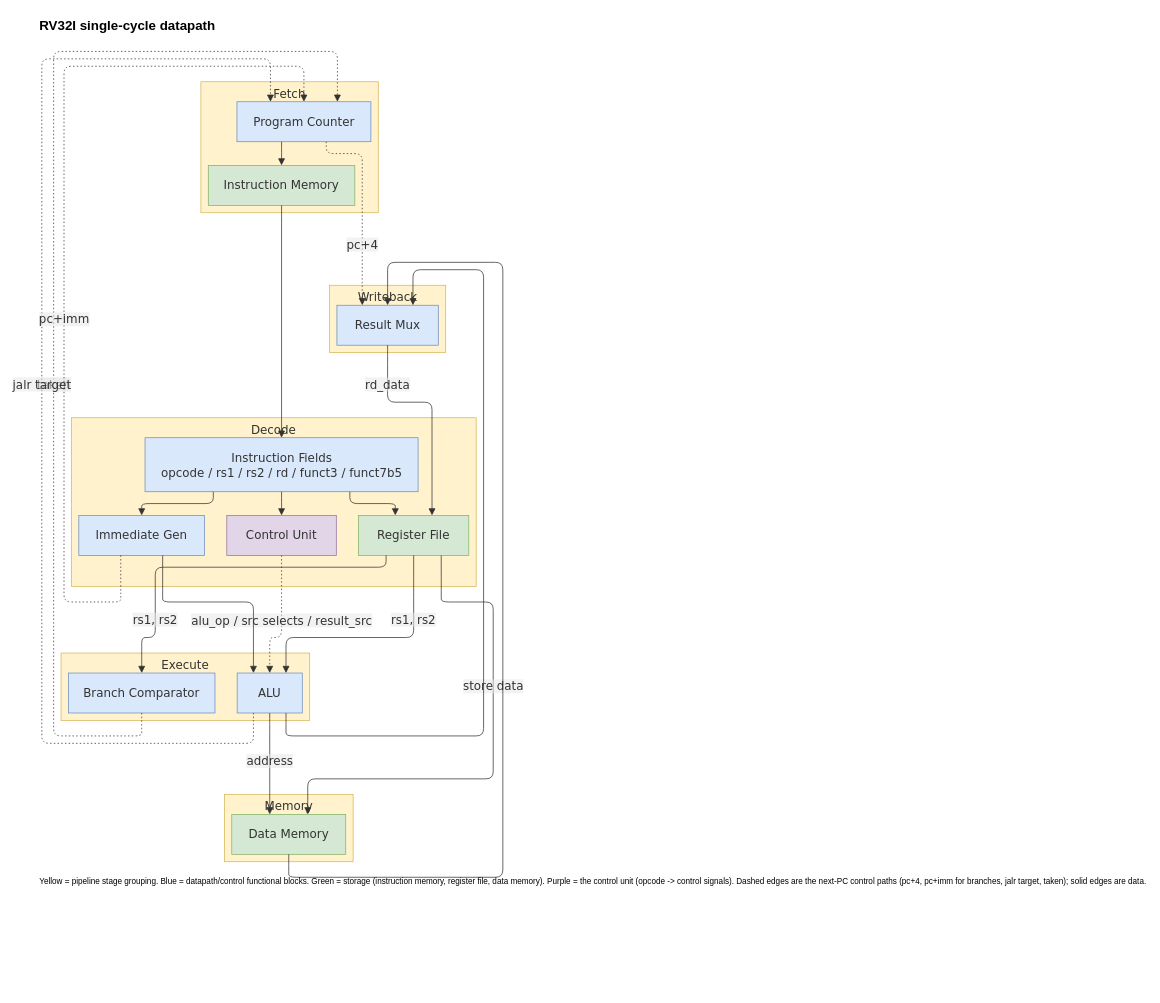
Earlier version of the draw.io diagram docs/diagrams/datapath.drawio (smitarekar/riscv-core). Source tidied: cells renumbered, new cells numbered last; positions are measured from the earlier drawing's top-left corner, leaving out a move shared by most shapes. Both pictures are drawn from the tidied source at 74%, with x=0, y=0 at pixel (38, 13).
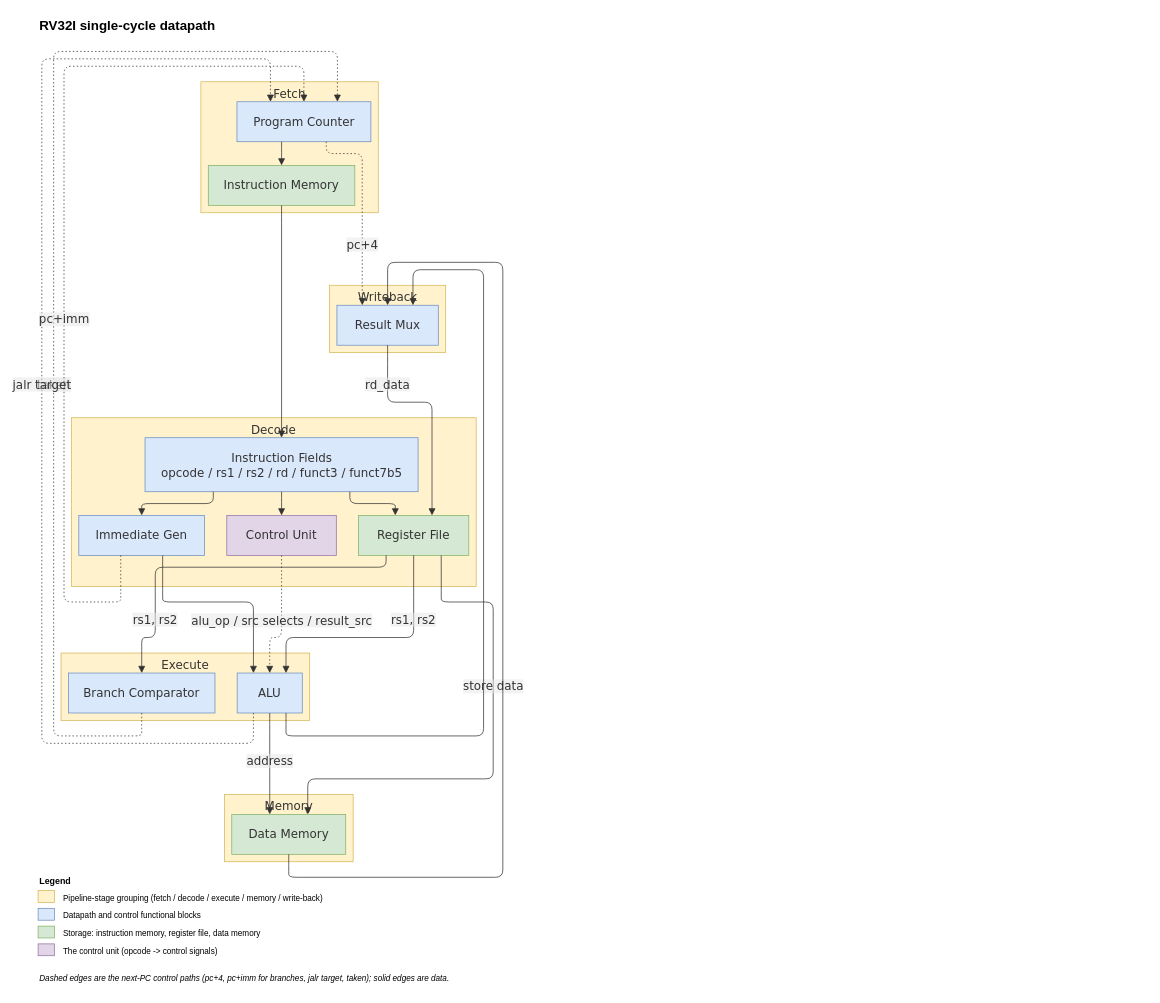
The same page after the edit.

Commit message (it also covers changes not shown here):
Beginner-friendly README pass: glossary, conceptual diagram, legend fixes, verified references

What changed in the source:
```diff
@@
-    <mxCell id="36" value="Yellow = pipeline stage grouping. Blue = datapath/control functional blocks. Green = storage (instruction memory, register file, data memory). Purple = the control unit (opcode -&gt; control signals). Dashed edges are the next-PC control paths (pc+4, pc+imm for branches, jalr target, taken); solid edges are data." style="text;html=1;fontSize=11;align=left;" parent="1" vertex="1">
-      <mxGeometry y="1160" width="740" height="70" as="geometry" />
-    </mxCell>
+    <mxCell id="37" value="Legend" style="text;html=1;whiteSpace=wrap;fontStyle=1;align=left;valign=middle;fontSize=12;" parent="1" vertex="1">
+      <mxGeometry y="1160" width="300" height="20" as="geometry" />
+    </mxCell>
+    <mxCell id="38" style="rounded=0;whiteSpace=wrap;html=1;fillColor=#fff2cc;strokeColor=#d6b656;fontSize=1;" parent="1" vertex="1">
+      <mxGeometry y="1186" width="22" height="16" as="geometry" />
+    </mxCell>
+    <mxCell id="39" value="Pipeline-stage grouping (fetch / decode / execute / memory / write-back)" style="text;html=1;whiteSpace=wrap;align=left;valign=middle;fontSize=11;" parent="1" vertex="1">
+      <mxGeometry x="32" y="1183" width="900" height="22" as="geometry" />
+    </mxCell>
+    <mxCell id="40" style="rounded=0;whiteSpace=wrap;html=1;fillColor=#dae8fc;strokeColor=#6c8ebf;fontSize=1;" parent="1" vertex="1">
+      <mxGeometry y="1210" width="22" height="16" as="geometry" />
+    </mxCell>
+    <mxCell id="41" value="Datapath and control functional blocks" style="text;html=1;whiteSpace=wrap;align=left;valign=middle;fontSize=11;" parent="1" vertex="1">
+      <mxGeometry x="32" y="1207" width="900" height="22" as="geometry" />
+    </mxCell>
+    <mxCell id="42" style="rounded=0;whiteSpace=wrap;html=1;fillColor=#d5e8d4;strokeColor=#82b366;fontSize=1;" parent="1" vertex="1">
+      <mxGeometry y="1234" width="22" height="16" as="geometry" />
+    </mxCell>
+    <mxCell id="43" value="Storage: instruction memory, register file, data memory" style="text;html=1;whiteSpace=wrap;align=left;valign=middle;fontSize=11;" parent="1" vertex="1">
+      <mxGeometry x="32" y="1231" width="900" height="22" as="geometry" />
+    </mxCell>
+    <mxCell id="44" style="rounded=0;whiteSpace=wrap;html=1;fillColor=#e1d5e7;strokeColor=#9673a6;fontSize=1;" parent="1" vertex="1">
+      <mxGeometry y="1258" width="22" height="16" as="geometry" />
+    </mxCell>
+    <mxCell id="45" value="The control unit (opcode -&gt; control signals)" style="text;html=1;whiteSpace=wrap;align=left;valign=middle;fontSize=11;" parent="1" vertex="1">
+      <mxGeometry x="32" y="1255" width="900" height="22" as="geometry" />
+    </mxCell>
+    <mxCell id="46" value="Dashed edges are the next-PC control paths (pc+4, pc+imm for branches, jalr target, taken); solid edges are data." style="text;html=1;whiteSpace=wrap;align=left;valign=middle;fontSize=11;fontStyle=2;" parent="1" vertex="1">
+      <mxGeometry y="1292" width="900" height="30" as="geometry" />
+    </mxCell>
```
